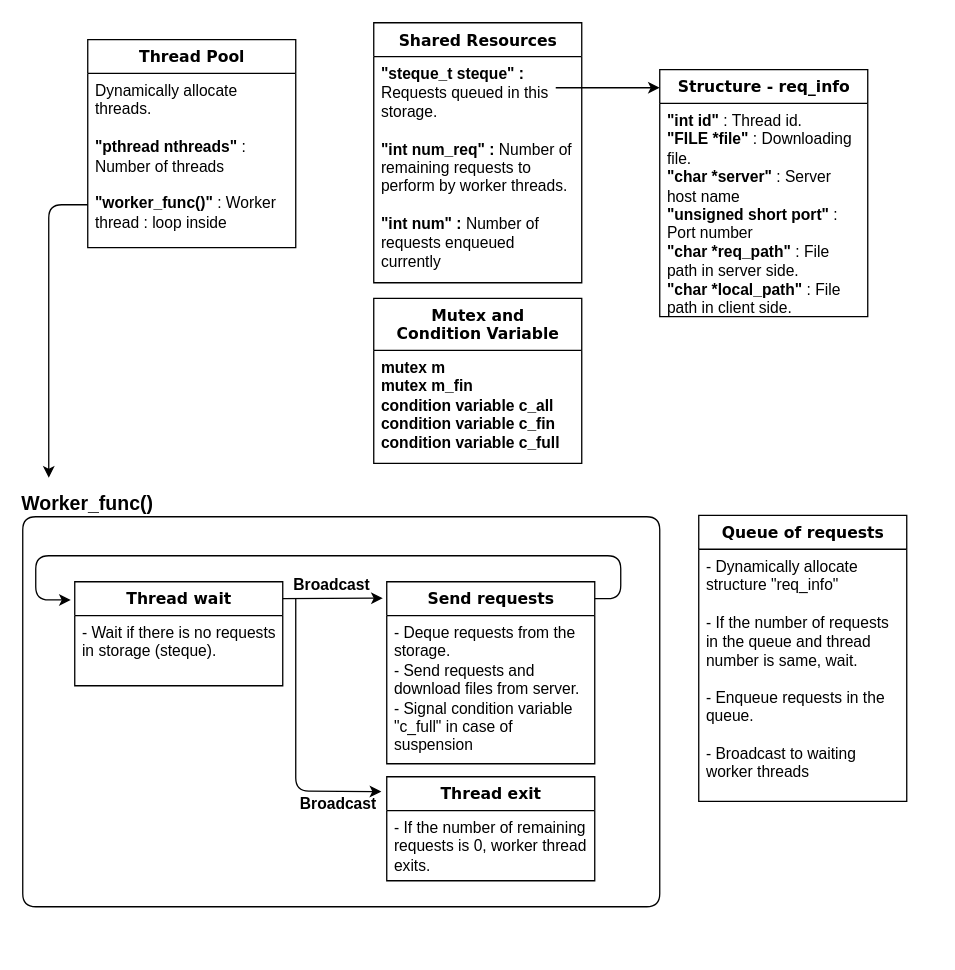
kimilg/drawings keeps this draw.io diagram as pr-second.drawio. Above is the earlier version. Source tidied: cells renumbered, new cells numbered last; positions are measured from the earlier drawing's top-left corner, leaving out a move shared by most shapes. Both pictures are drawn from the tidied source at 130%, with x=0, y=0 at pixel (22, 22).
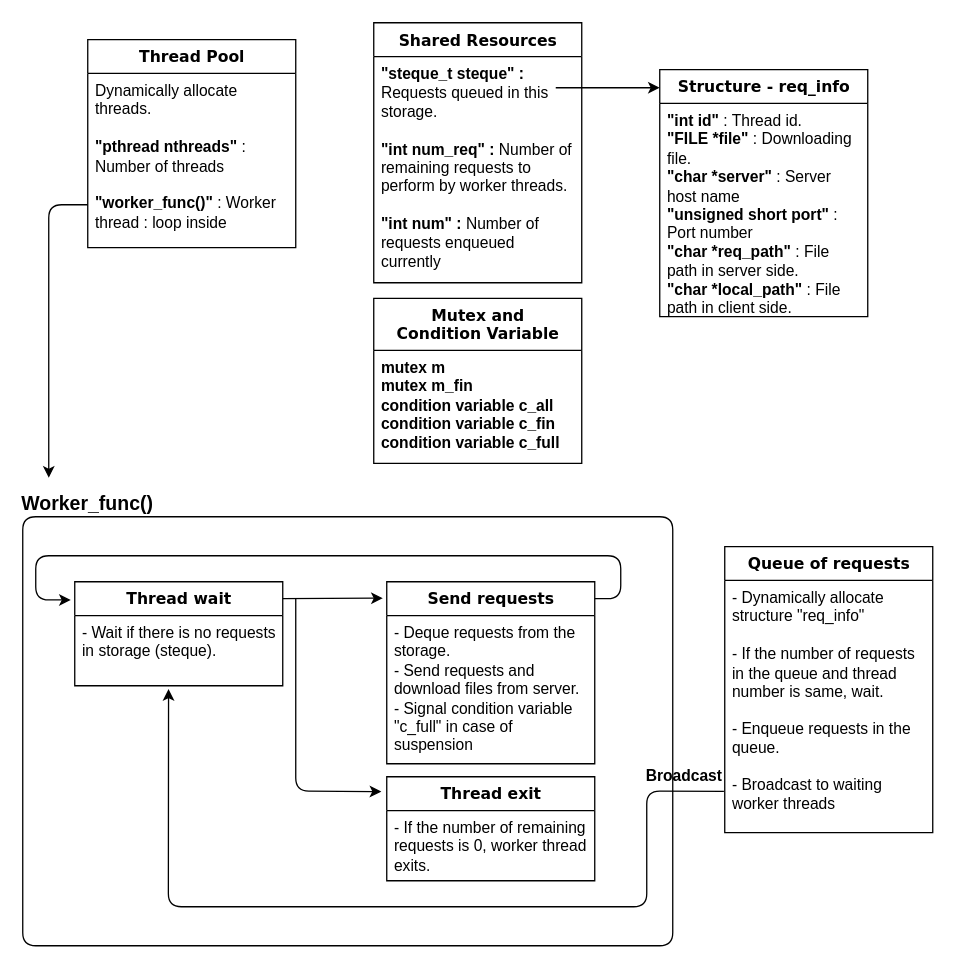
Above is the later version.

Unchanged cells that the change refers to:
```xml
<mxCell id="13" value="&lt;span&gt;- Wait if there is no requests in storage (steque).&lt;br&gt;&lt;/span&gt;" style="text;html=1;strokeColor=none;fillColor=none;align=left;verticalAlign=top;spacingLeft=4;spacingRight=4;whiteSpace=wrap;overflow=hidden;points=[[0,0.5],[1,0.5]];portConstraint=eastwest;" parent="12" vertex="1">
  <mxGeometry y="26" width="160" height="54" as="geometry" />
</mxCell>
<mxCell id="26" value="- Dynamically allocate structure &quot;req_info&quot;&lt;br&gt;&lt;br&gt;- If the number of requests in the queue and thread number is same, wait.&lt;br&gt;&lt;br&gt;- Enqueue requests in the queue.&lt;br&gt;&lt;br&gt;- Broadcast to waiting worker threads" style="text;html=1;strokeColor=none;fillColor=none;align=left;verticalAlign=top;spacingLeft=4;spacingRight=4;whiteSpace=wrap;overflow=hidden;points=[[0,0.5],[1,0.5]];portConstraint=eastwest;" parent="25" vertex="1">
  <mxGeometry y="26" width="160" height="194" as="geometry" />
</mxCell>
```

What changed in the source:
```diff
@@
-    <mxCell id="17" value="Broadcast" style="text;html=1;strokeColor=none;fillColor=none;align=center;verticalAlign=middle;whiteSpace=wrap;rounded=0;fontStyle=1;" parent="1" vertex="1">
-      <mxGeometry x="218" y="423" width="40" height="20" as="geometry" />
-    </mxCell>
@@
-    <mxCell id="20" value="Broadcast" style="text;html=1;strokeColor=none;fillColor=none;align=center;verticalAlign=middle;whiteSpace=wrap;rounded=0;fontStyle=1;" parent="1" vertex="1">
-      <mxGeometry x="223" y="591" width="40" height="20" as="geometry" />
+    <mxCell id="20" value="Broadcast" style="text;html=1;align=center;verticalAlign=middle;whiteSpace=wrap;rounded=0;fontStyle=1;" parent="1" vertex="1">
+      <mxGeometry x="489" y="570" width="40" height="20" as="geometry" />
     </mxCell>
@@
     <mxCell id="23" style="endArrow=none;html=1;" parent="1" edge="1">
       <mxGeometry relative="1" as="geometry">
         <mxPoint x="70" y="380" as="sourcePoint" />
         <mxPoint x="70" y="380" as="targetPoint" />
         <Array as="points">
-          <mxPoint x="490" y="380" />
-          <mxPoint x="490" y="680" />
-          <mxPoint y="680" />
+          <mxPoint x="500" y="380" />
+          <mxPoint x="500" y="710" />
+          <mxPoint y="710" />
           <mxPoint y="380" />
         </Array>
       </mxGeometry>
     </mxCell>
@@
     <mxCell id="25" value="Queue of requests" style="swimlane;html=1;fontStyle=1;align=center;verticalAlign=top;horizontal=1;startSize=26;swimlaneFillColor=#ffffff;rounded=0;shadow=0;comic=0;labelBackgroundColor=none;strokeWidth=1;fillColor=none;fontFamily=Verdana;fontSize=12;" parent="1" vertex="1">
-      <mxGeometry x="520" y="379" width="160" height="220" as="geometry" />
+      <mxGeometry x="540" y="403" width="160" height="220" as="geometry" />
     </mxCell>
@@
+    <mxCell id="27" style="endArrow=classic;html=1;exitX=-0.004;exitY=0.836;exitDx=0;exitDy=0;exitPerimeter=0;entryX=0.451;entryY=1.047;entryDx=0;entryDy=0;entryPerimeter=0;" parent="1" edge="1" source="26" target="13">
+      <mxGeometry relative="1" as="geometry">
+        <Array as="points">
+          <mxPoint x="480" y="591" />
+          <mxPoint x="480" y="680" />
+          <mxPoint x="112" y="680" />
+        </Array>
+      </mxGeometry>
+    </mxCell>
```
